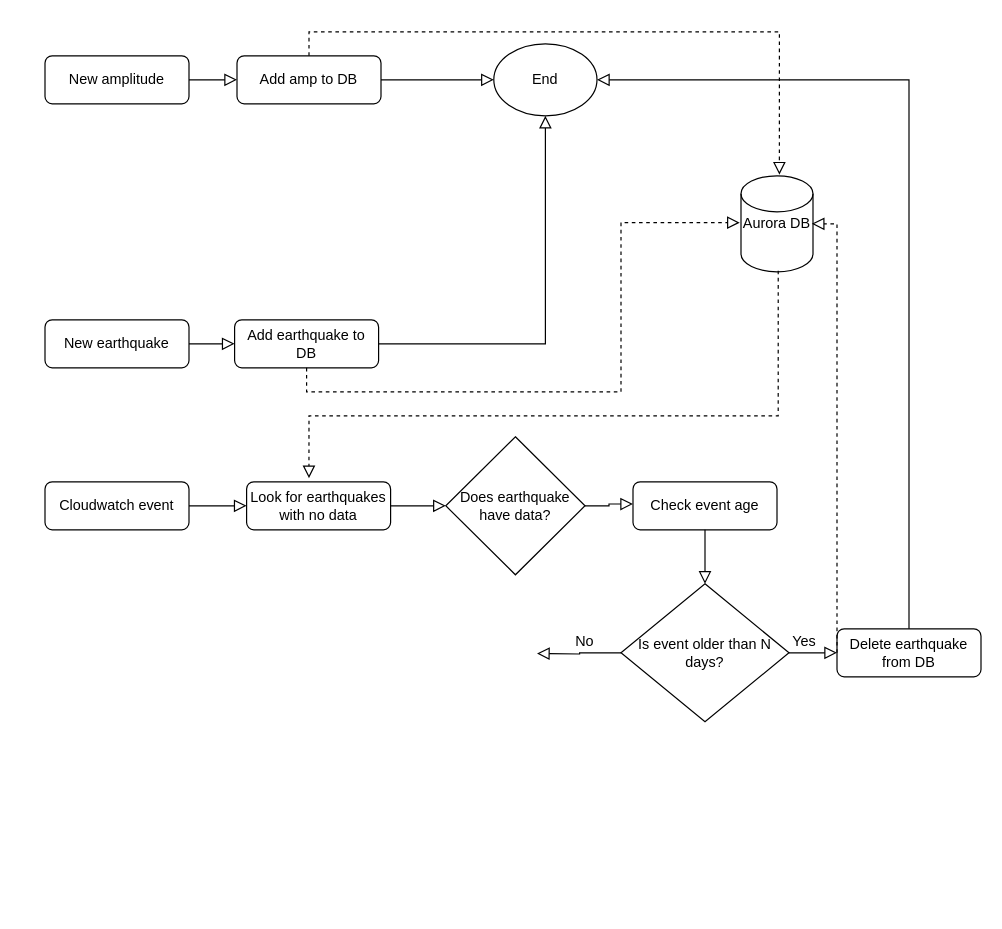
Earlier version of the draw.io diagram amps_flowchart.drawio (mhearne-usgs/shakemap_aws_queue). Source tidied: cells renumbered, new cells numbered last; positions are measured from the earlier drawing's top-left corner, leaving out a move shared by most shapes. Both pictures are drawn from the tidied source at 120%, with x=0, y=0 at pixel (44, 43).
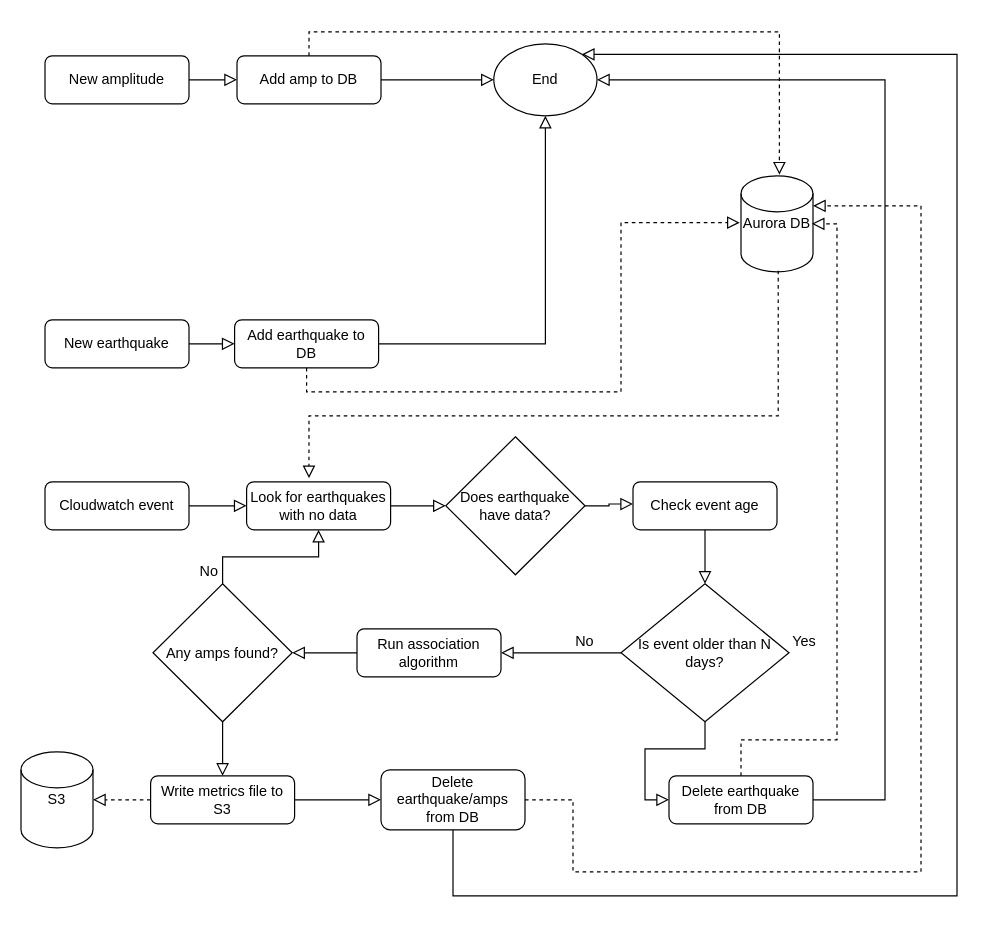
The same page after the edit.

The change refers to these unchanged cells:
```xml
<mxCell id="6" value="Aurora DB" style="shape=cylinder2;whiteSpace=wrap;html=1;boundedLbl=1;backgroundOutline=1;size=15;" parent="1" vertex="1">
  <mxGeometry x="580" y="110" width="60" height="80" as="geometry" />
</mxCell>
<mxCell id="8" value="End" style="ellipse;whiteSpace=wrap;html=1;" parent="1" vertex="1">
  <mxGeometry x="374" width="86" height="60" as="geometry" />
</mxCell>
<mxCell id="17" value="Look for earthquakes with no data" style="rounded=1;whiteSpace=wrap;html=1;fontSize=12;glass=0;strokeWidth=1;shadow=0;" parent="1" vertex="1">
  <mxGeometry x="168" y="365" width="120" height="40" as="geometry" />
</mxCell>
<mxCell id="23" value="Is event older than N days?" style="rhombus;whiteSpace=wrap;html=1;" parent="1" vertex="1">
  <mxGeometry x="480" y="450" width="140" height="115" as="geometry" />
</mxCell>
```

Diff of the diagram source:
```diff
@@
     <mxCell id="25" value="Delete earthquake from DB" style="rounded=1;whiteSpace=wrap;html=1;fontSize=12;glass=0;strokeWidth=1;shadow=0;" parent="1" vertex="1">
-      <mxGeometry x="660" y="487.5" width="120" height="40" as="geometry" />
+      <mxGeometry x="520" y="610" width="120" height="40" as="geometry" />
     </mxCell>
-    <mxCell id="26" style="rounded=0;html=1;jettySize=auto;fontSize=11;endArrow=block;endFill=0;endSize=8;strokeWidth=1;shadow=0;labelBackgroundColor=none;edgeStyle=orthogonalEdgeStyle;exitX=1;exitY=0.5;exitDx=0;exitDy=0;entryX=0;entryY=0.5;entryDx=0;entryDy=0;" parent="1" edge="1" source="23" target="25">
+    <mxCell id="26" style="rounded=0;html=1;jettySize=auto;fontSize=11;endArrow=block;endFill=0;endSize=8;strokeWidth=1;shadow=0;labelBackgroundColor=none;edgeStyle=orthogonalEdgeStyle;exitX=0.5;exitY=1;exitDx=0;exitDy=0;entryX=0;entryY=0.5;entryDx=0;entryDy=0;" parent="1" edge="1" source="23" target="25">
       <mxGeometry relative="1" as="geometry" />
     </mxCell>
-    <mxCell id="27" style="edgeStyle=orthogonalEdgeStyle;rounded=0;html=1;jettySize=auto;fontSize=11;endArrow=block;endFill=0;endSize=8;strokeWidth=1;shadow=0;labelBackgroundColor=none;entryX=0.983;entryY=0.5;entryDx=0;entryDy=0;entryPerimeter=0;dashed=1;exitX=0;exitY=0.5;exitDx=0;exitDy=0;" parent="1" edge="1" source="25" target="6">
+    <mxCell id="27" style="edgeStyle=orthogonalEdgeStyle;rounded=0;html=1;jettySize=auto;fontSize=11;endArrow=block;endFill=0;endSize=8;strokeWidth=1;shadow=0;labelBackgroundColor=none;entryX=0.983;entryY=0.5;entryDx=0;entryDy=0;entryPerimeter=0;dashed=1;exitX=0.5;exitY=0;exitDx=0;exitDy=0;" parent="1" edge="1" source="25" target="6">
       <mxGeometry y="10" relative="1" as="geometry">
         <Array as="points">
+          <mxPoint x="580" y="580" />
+          <mxPoint x="660" y="580" />
           <mxPoint x="660" y="150" />
         </Array>
       </mxGeometry>
     </mxCell>
-    <mxCell id="28" style="rounded=0;html=1;jettySize=auto;fontSize=11;endArrow=block;endFill=0;endSize=8;strokeWidth=1;shadow=0;labelBackgroundColor=none;edgeStyle=orthogonalEdgeStyle;exitX=0.5;exitY=0;exitDx=0;exitDy=0;entryX=1;entryY=0.5;entryDx=0;entryDy=0;" parent="1" edge="1" source="25" target="8">
-      <mxGeometry relative="1" as="geometry" />
+    <mxCell id="28" style="rounded=0;html=1;jettySize=auto;fontSize=11;endArrow=block;endFill=0;endSize=8;strokeWidth=1;shadow=0;labelBackgroundColor=none;edgeStyle=orthogonalEdgeStyle;entryX=1;entryY=0.5;entryDx=0;entryDy=0;exitX=1;exitY=0.5;exitDx=0;exitDy=0;" parent="1" edge="1" source="25" target="8">
+      <mxGeometry relative="1" as="geometry">
+        <Array as="points">
+          <mxPoint x="700" y="630" />
+          <mxPoint x="700" y="30" />
+        </Array>
+      </mxGeometry>
     </mxCell>
-    <mxCell id="29" style="rounded=0;html=1;jettySize=auto;fontSize=11;endArrow=block;endFill=0;endSize=8;strokeWidth=1;shadow=0;labelBackgroundColor=none;edgeStyle=orthogonalEdgeStyle;exitX=0;exitY=0.5;exitDx=0;exitDy=0;" parent="1" edge="1" source="23">
-      <mxGeometry relative="1" as="geometry">
-        <mxPoint x="410" y="508" as="targetPoint" />
-      </mxGeometry>
+    <mxCell id="29" style="rounded=0;html=1;jettySize=auto;fontSize=11;endArrow=block;endFill=0;endSize=8;strokeWidth=1;shadow=0;labelBackgroundColor=none;edgeStyle=orthogonalEdgeStyle;exitX=0;exitY=0.5;exitDx=0;exitDy=0;entryX=1;entryY=0.5;entryDx=0;entryDy=0;" parent="1" edge="1" source="23" target="32">
+      <mxGeometry relative="1" as="geometry" />
     </mxCell>
@@
+    <mxCell id="32" value="Run association algorithm" style="rounded=1;whiteSpace=wrap;html=1;fontSize=12;glass=0;strokeWidth=1;shadow=0;" parent="1" vertex="1">
+      <mxGeometry x="260" y="487.5" width="120" height="40" as="geometry" />
+    </mxCell>
+    <mxCell id="33" style="rounded=0;html=1;jettySize=auto;fontSize=11;endArrow=block;endFill=0;endSize=8;strokeWidth=1;shadow=0;labelBackgroundColor=none;edgeStyle=orthogonalEdgeStyle;exitX=0;exitY=0.5;exitDx=0;exitDy=0;entryX=1;entryY=0.5;entryDx=0;entryDy=0;" parent="1" edge="1" source="32" target="34">
+      <mxGeometry relative="1" as="geometry" />
+    </mxCell>
+    <mxCell id="34" value="Any amps found?" style="rhombus;whiteSpace=wrap;html=1;" parent="1" vertex="1">
+      <mxGeometry x="90" y="450" width="116" height="115" as="geometry" />
+    </mxCell>
+    <mxCell id="35" style="rounded=0;html=1;jettySize=auto;fontSize=11;endArrow=block;endFill=0;endSize=8;strokeWidth=1;shadow=0;labelBackgroundColor=none;edgeStyle=orthogonalEdgeStyle;exitX=0.5;exitY=1;exitDx=0;exitDy=0;entryX=0.5;entryY=0;entryDx=0;entryDy=0;" parent="1" edge="1" source="34" target="38">
+      <mxGeometry relative="1" as="geometry" />
+    </mxCell>
+    <mxCell id="36" style="rounded=0;html=1;jettySize=auto;fontSize=11;endArrow=block;endFill=0;endSize=8;strokeWidth=1;shadow=0;labelBackgroundColor=none;edgeStyle=orthogonalEdgeStyle;exitX=0.5;exitY=0;exitDx=0;exitDy=0;entryX=0.5;entryY=1;entryDx=0;entryDy=0;" parent="1" edge="1" source="34" target="17">
+      <mxGeometry relative="1" as="geometry" />
+    </mxCell>
+    <mxCell id="37" value="No" style="text;html=1;strokeColor=none;fillColor=none;align=center;verticalAlign=middle;whiteSpace=wrap;rounded=0;" parent="1" vertex="1">
+      <mxGeometry x="117" y="430" width="40" height="20" as="geometry" />
+    </mxCell>
+    <mxCell id="38" value="Write metrics file to S3" style="rounded=1;whiteSpace=wrap;html=1;fontSize=12;glass=0;strokeWidth=1;shadow=0;" parent="1" vertex="1">
+      <mxGeometry x="88" y="610" width="120" height="40" as="geometry" />
+    </mxCell>
+    <mxCell id="39" value="S3" style="shape=cylinder2;whiteSpace=wrap;html=1;boundedLbl=1;backgroundOutline=1;size=15;" parent="1" vertex="1">
+      <mxGeometry x="-20" y="590" width="60" height="80" as="geometry" />
+    </mxCell>
+    <mxCell id="40" style="rounded=0;html=1;jettySize=auto;fontSize=11;endArrow=block;endFill=0;endSize=8;strokeWidth=1;shadow=0;labelBackgroundColor=none;edgeStyle=orthogonalEdgeStyle;exitX=0;exitY=0.5;exitDx=0;exitDy=0;dashed=1;" parent="1" edge="1" source="38" target="39">
+      <mxGeometry relative="1" as="geometry" />
+    </mxCell>
+    <mxCell id="41" style="rounded=0;html=1;jettySize=auto;fontSize=11;endArrow=block;endFill=0;endSize=8;strokeWidth=1;shadow=0;labelBackgroundColor=none;edgeStyle=orthogonalEdgeStyle;exitX=1;exitY=0.5;exitDx=0;exitDy=0;entryX=0;entryY=0.5;entryDx=0;entryDy=0;" parent="1" edge="1" source="38" target="42">
+      <mxGeometry relative="1" as="geometry" />
+    </mxCell>
+    <mxCell id="42" value="Delete earthquake/amps from DB" style="rounded=1;whiteSpace=wrap;html=1;fontSize=12;glass=0;strokeWidth=1;shadow=0;" parent="1" vertex="1">
+      <mxGeometry x="280" y="605" width="120" height="50" as="geometry" />
+    </mxCell>
+    <mxCell id="43" style="edgeStyle=orthogonalEdgeStyle;rounded=0;html=1;jettySize=auto;fontSize=11;endArrow=block;endFill=0;endSize=8;strokeWidth=1;shadow=0;labelBackgroundColor=none;dashed=1;exitX=1;exitY=0.5;exitDx=0;exitDy=0;entryX=1;entryY=0.313;entryDx=0;entryDy=0;entryPerimeter=0;" parent="1" edge="1" source="42" target="6">
+      <mxGeometry y="10" relative="1" as="geometry">
+        <Array as="points">
+          <mxPoint x="440" y="630" />
+          <mxPoint x="440" y="690" />
+          <mxPoint x="730" y="690" />
+          <mxPoint x="730" y="135" />
+        </Array>
+      </mxGeometry>
+    </mxCell>
+    <mxCell id="44" style="rounded=0;html=1;jettySize=auto;fontSize=11;endArrow=block;endFill=0;endSize=8;strokeWidth=1;shadow=0;labelBackgroundColor=none;edgeStyle=orthogonalEdgeStyle;exitX=0.5;exitY=1;exitDx=0;exitDy=0;entryX=1;entryY=0;entryDx=0;entryDy=0;" parent="1" edge="1" source="42" target="8">
+      <mxGeometry relative="1" as="geometry">
+        <Array as="points">
+          <mxPoint x="340" y="710" />
+          <mxPoint x="760" y="710" />
+          <mxPoint x="760" y="9" />
+        </Array>
+      </mxGeometry>
+    </mxCell>
```
